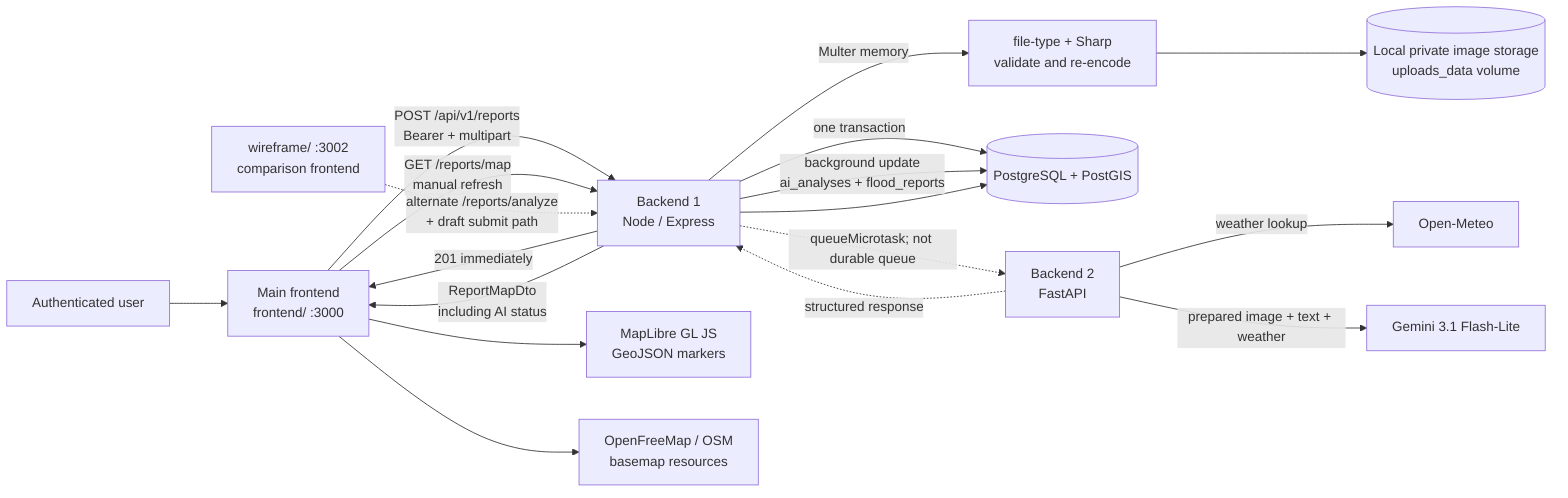
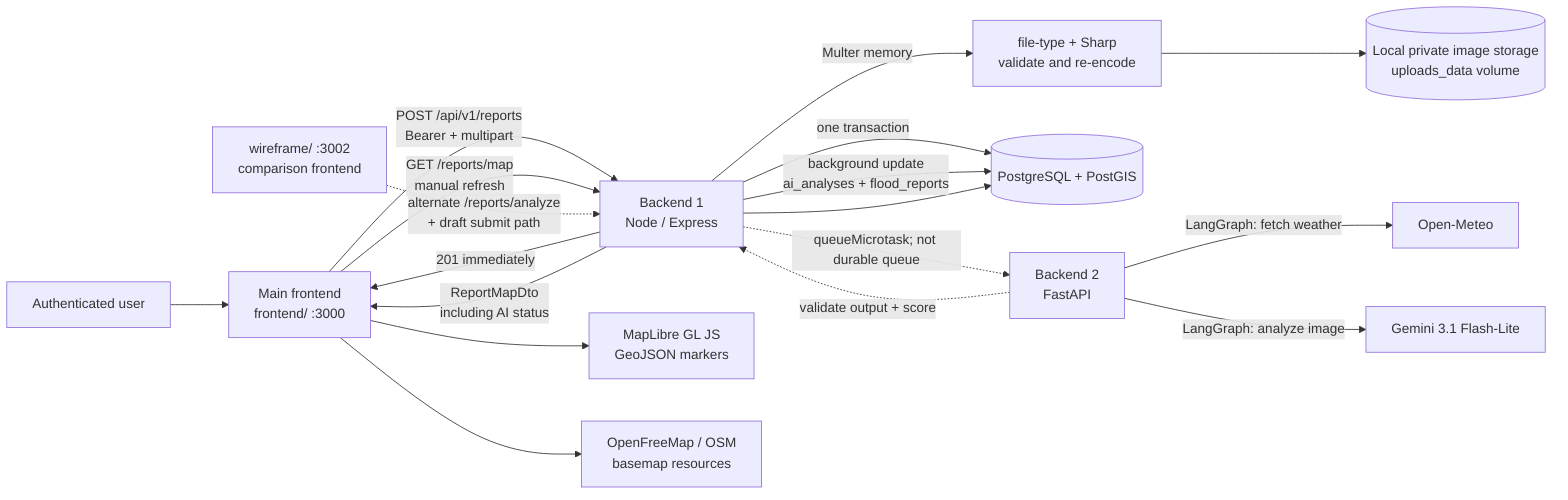
flowchart LR
  U["Authenticated user"] --> F["Main frontend\nfrontend/ :3000"]
  F -->|POST /api/v1/reports\nBearer + multipart| B1["Backend 1\nNode / Express"]
  B1 -->|Multer memory| V["file-type + Sharp\nvalidate and re-encode"]
  V --> S[("Local private image storage\nuploads_data volume")]
  B1 -->|one transaction| DB[("PostgreSQL + PostGIS")]
  B1 -->|201 immediately| F
  B1 -. "queueMicrotask; not durable queue" .-> B2["Backend 2\nFastAPI"]
-   B2 -->|weather lookup| W["Open-Meteo"]
-   B2 -->|prepared image + text + weather| AI["Gemini 3.1 Flash-Lite"]
-   B2 -. "structured response" .-> B1
+   B2 -->|LangGraph: fetch weather| W["Open-Meteo"]
+   B2 -->|LangGraph: analyze image| AI["Gemini 3.1 Flash-Lite"]
+   B2 -. "validate output + score" .-> B1
  B1 -->|background update\nai_analyses + flood_reports| DB
  F -->|GET /reports/map\nmanual refresh| B1 --> DB
  B1 -->|ReportMapDto\nincluding AI status| F --> M["MapLibre GL JS\nGeoJSON markers"]
  F --> T["OpenFreeMap / OSM\nbasemap resources"]
  WF["wireframe/ :3002\ncomparison frontend"] -. "alternate /reports/analyze\n+ draft submit path" .-> B1
